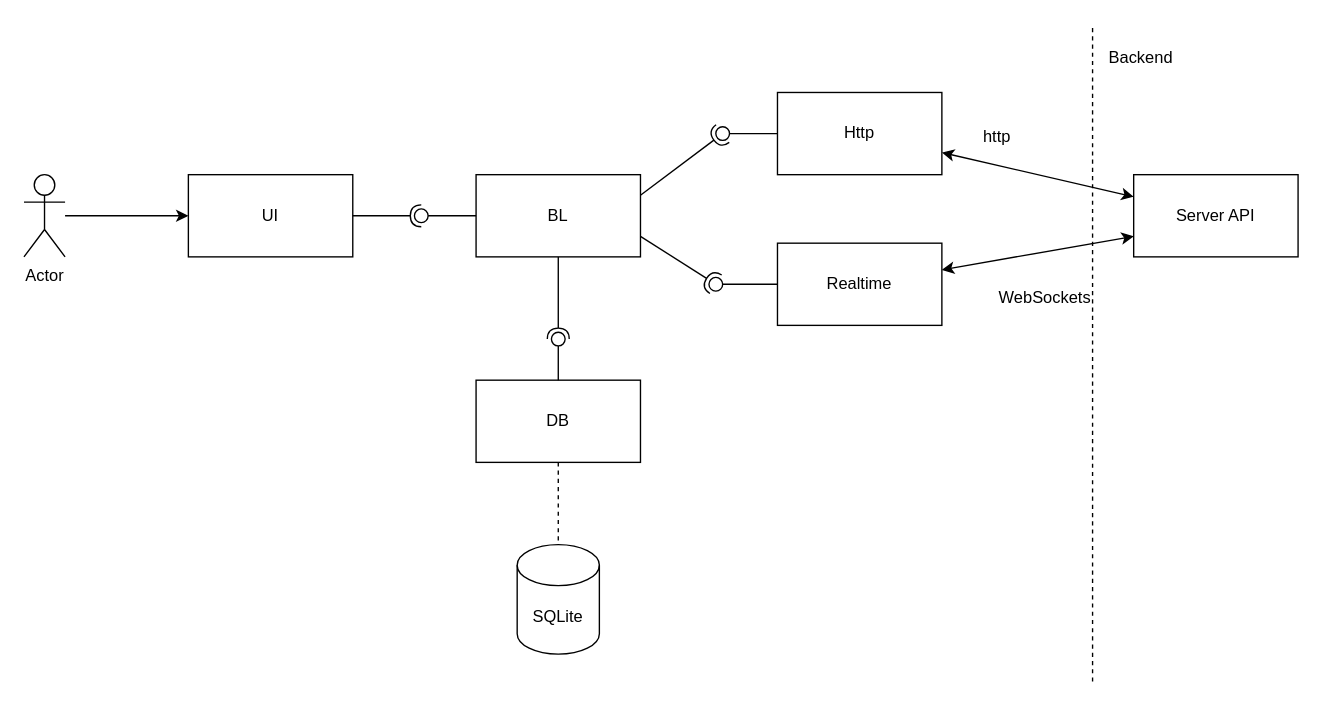
Earlier version of the draw.io diagram docs/front/components.drawio (iuschnic/simple-messenger). Source tidied: cells renumbered, new cells numbered last; positions are measured from the earlier drawing's top-left corner, leaving out a move shared by most shapes. Both pictures are drawn from the tidied source at 137%, with x=0, y=0 at pixel (23, 23).
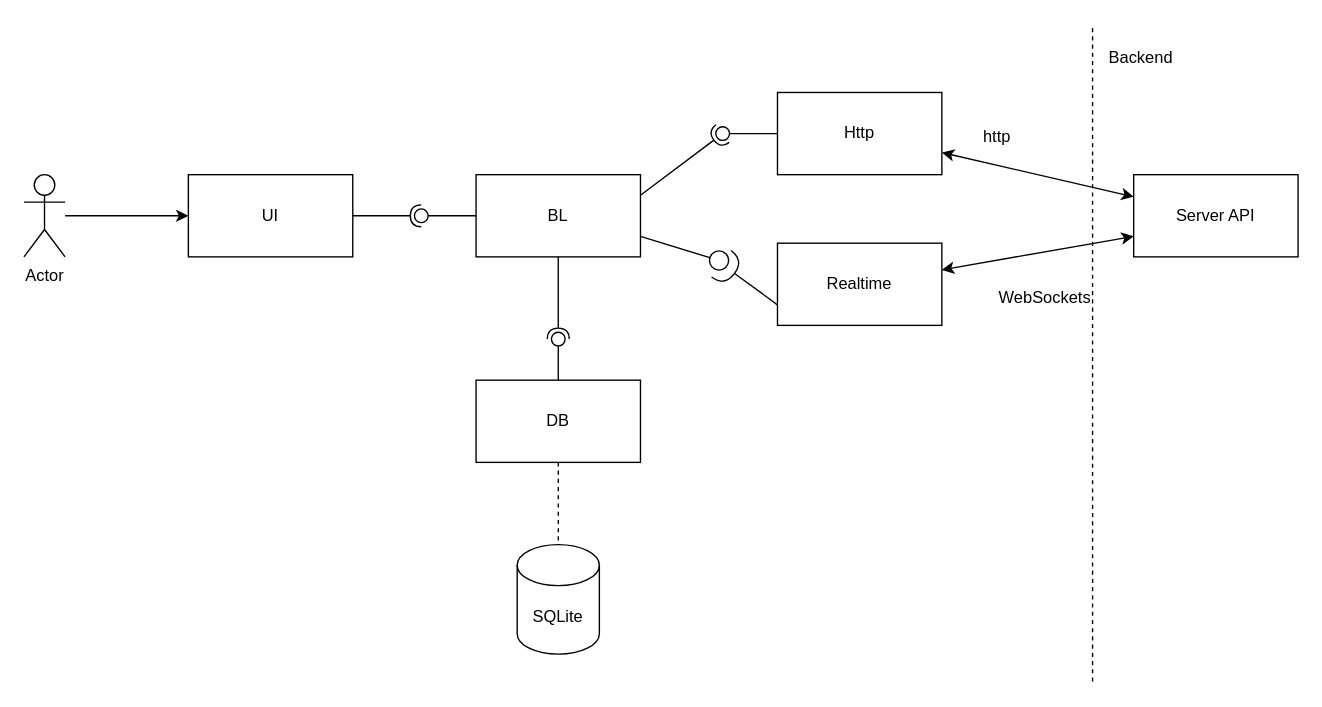
Above is the later version.

Commit message (it also covers changes not shown here):
Исправила стрелочку

Unchanged cells that the change refers to:
```xml
<mxCell id="3" value="BL" style="rounded=0;whiteSpace=wrap;html=1;" parent="1" vertex="1">
  <mxGeometry x="330" y="110" width="120" height="60" as="geometry" />
</mxCell>
<mxCell id="13" value="Realtime" style="rounded=0;whiteSpace=wrap;html=1;" parent="1" vertex="1">
  <mxGeometry x="550" y="160" width="120" height="60" as="geometry" />
</mxCell>
```

Change to the diagram source:
```diff
@@
-    <mxCell id="23" style="rounded=0;jettySize=auto;html=1;endArrow=halfCircle;endFill=0;endSize=6;strokeWidth=1;sketch=0;exitX=1;exitY=0.75;exitDx=0;exitDy=0;entryX=0.8;entryY=0.2;entryDx=0;entryDy=0;entryPerimeter=0;" parent="1" edge="1" source="3" target="25">
+    <mxCell id="23" style="rounded=0;jettySize=auto;html=1;endArrow=circle;endFill=0;endSize=6;strokeWidth=1;sketch=0;exitX=1;exitY=0.75;exitDx=0;exitDy=0;entryX=0.933;entryY=0.667;entryDx=0;entryDy=0;entryPerimeter=0;" parent="1" edge="1" source="3" target="25">
       <mxGeometry relative="1" as="geometry" />
     </mxCell>
-    <mxCell id="24" style="rounded=0;jettySize=auto;html=1;endArrow=oval;endFill=0;sketch=0;sourcePerimeterSpacing=0;targetPerimeterSpacing=0;endSize=10;exitX=0;exitY=0.5;exitDx=0;exitDy=0;" parent="1" edge="1" source="13" target="25">
-      <mxGeometry relative="1" as="geometry" />
+    <mxCell id="24" style="rounded=0;jettySize=auto;html=1;endArrow=halfCircle;endFill=0;sketch=0;sourcePerimeterSpacing=0;targetPerimeterSpacing=0;endSize=10;exitX=0;exitY=0.75;exitDx=0;exitDy=0;entryX=0.267;entryY=0.233;entryDx=0;entryDy=0;entryPerimeter=0;" parent="1" edge="1" source="13">
+      <mxGeometry relative="1" as="geometry">
+        <mxPoint x="509" y="175" as="targetPoint" />
+      </mxGeometry>
     </mxCell>
     <mxCell id="25" style="ellipse;whiteSpace=wrap;html=1;align=center;fillColor=none;strokeColor=none;perimeter=centerPerimeter;points=[];outlineConnect=1;" parent="1" vertex="1">
-      <mxGeometry x="500" y="185" width="10" height="10" as="geometry" />
+      <mxGeometry x="510" y="170" width="10" height="10" as="geometry" />
     </mxCell>
```
